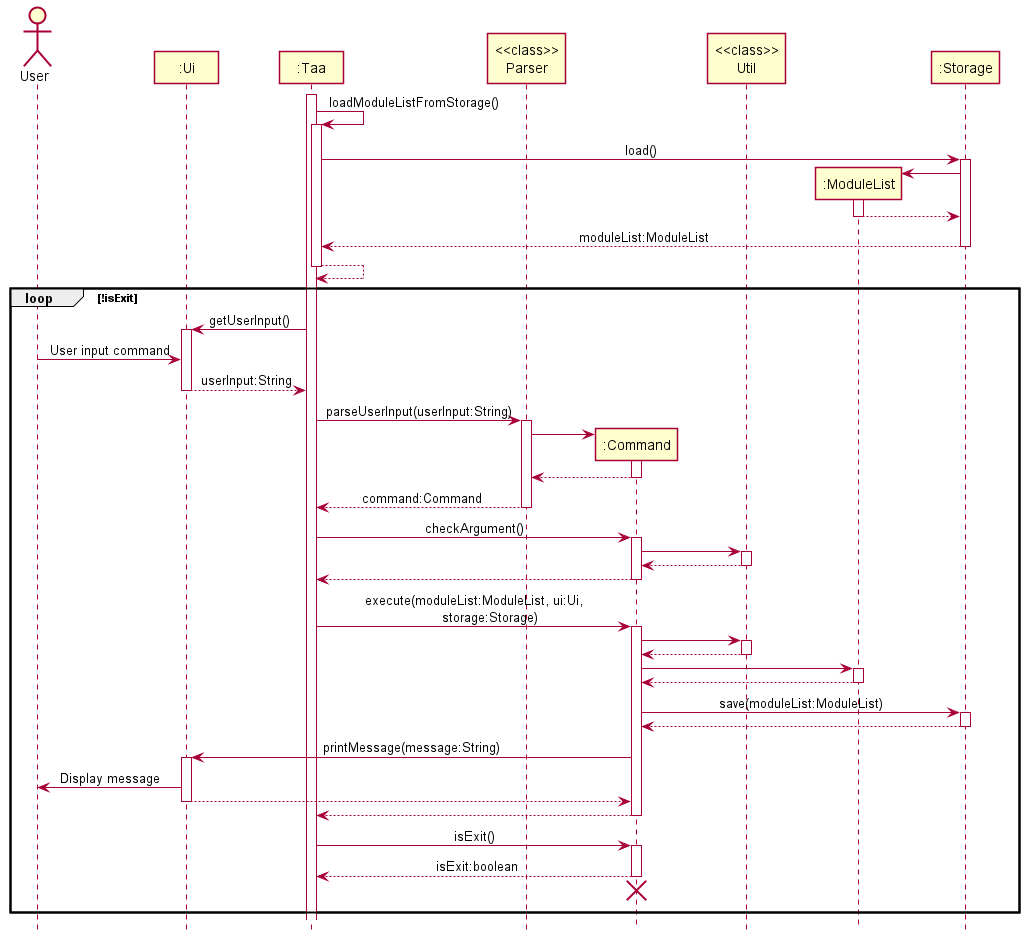
Earlier version of the PlantUML export docs/diagrams/ArchitectureSequenceDiagram.png (nus-cs2113-AY2122S1/tp). Its diagram source:
```plantuml
@startuml
!include style.puml

Actor User as user
Participant ":Ui" as ui
Participant ":Taa" as taa
Participant "<<class>>\nParser" as parser
Participant ":Command" as command
Participant "<<class>>\nUtil" as util
Participant ":ModuleList" as moduleList
Participant ":Storage" as storage

activate taa

taa -> taa : loadModuleListFromStorage()
activate taa

taa -> storage : load()
activate storage

create moduleList
storage -> moduleList
activate moduleList
moduleList --> storage
deactivate moduleList

storage --> taa : moduleList:ModuleList
deactivate storage

taa --> taa
deactivate taa

loop !isExit
taa -> ui : getUserInput()
activate ui

user -> ui : User input command
ui --> taa : userInput:String
deactivate ui

taa -> parser : parseUserInput(userInput:String)
activate parser

create command
parser -> command
activate command
command --> parser
deactivate command

parser --> taa : command:Command
deactivate parser

taa -> command : checkArgument()
activate command

command -> util
activate util
util --> command
deactivate util

command --> taa
deactivate command

taa -> command : execute(moduleList:ModuleList, ui:Ui,\n\tstorage:Storage)
activate command

command -> util
activate util
util --> command
deactivate util

command -> moduleList
activate moduleList
moduleList --> command
deactivate moduleList

command -> storage : save(moduleList:ModuleList)
activate storage
storage --> command
deactivate storage

command -> ui : printMessage(message:String)
activate ui
ui -> user : Display message
ui --> command
deactivate ui

command --> taa
deactivate command

taa -> command : isExit()
activate command
command --> taa : isExit:boolean
deactivate command

taa -[hidden]-> command
destroy command
taa -[hidden]-> command

end

@enduml
```
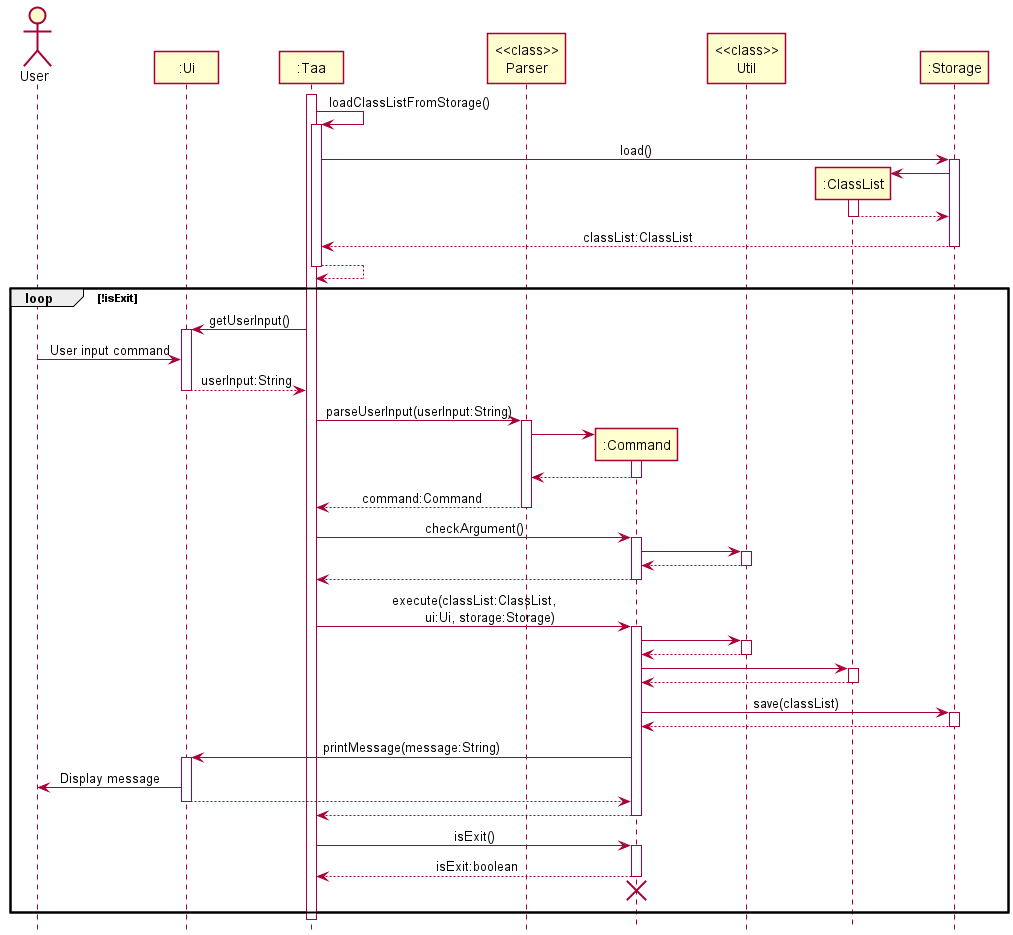
The same diagram one commit later.

Diff of the diagram source:
```diff
@@ -7,24 +7,24 @@
 Participant "<<class>>\nParser" as parser
 Participant ":Command" as command
 Participant "<<class>>\nUtil" as util
-Participant ":ModuleList" as moduleList
+Participant ":ClassList" as classList
 Participant ":Storage" as storage
 
 activate taa
 
-taa -> taa : loadModuleListFromStorage()
+taa -> taa : loadClassListFromStorage()
 activate taa
 
 taa -> storage : load()
 activate storage
 
-create moduleList
-storage -> moduleList
-activate moduleList
-moduleList --> storage
-deactivate moduleList
+create classList
+storage -> classList
+activate classList
+classList --> storage
+deactivate classList
 
-storage --> taa : moduleList:ModuleList
+storage --> taa : classList:ClassList
 deactivate storage
 
 taa --> taa
@@ -61,7 +61,7 @@
 command --> taa
 deactivate command
 
-taa -> command : execute(moduleList:ModuleList, ui:Ui,\n\tstorage:Storage)
+taa -> command : execute(classList:ClassList,\n\tui:Ui, storage:Storage)
 activate command
 
 command -> util
@@ -69,12 +69,12 @@
 util --> command
 deactivate util
 
-command -> moduleList
-activate moduleList
-moduleList --> command
-deactivate moduleList
+command -> classList
+activate classList
+classList --> command
+deactivate classList
 
-command -> storage : save(moduleList:ModuleList)
+command -> storage : save(classList)
 activate storage
 storage --> command
 deactivate storage
@@ -98,5 +98,6 @@
 taa -[hidden]-> command
 
 end
+deactivate taa
 
 @enduml
```
